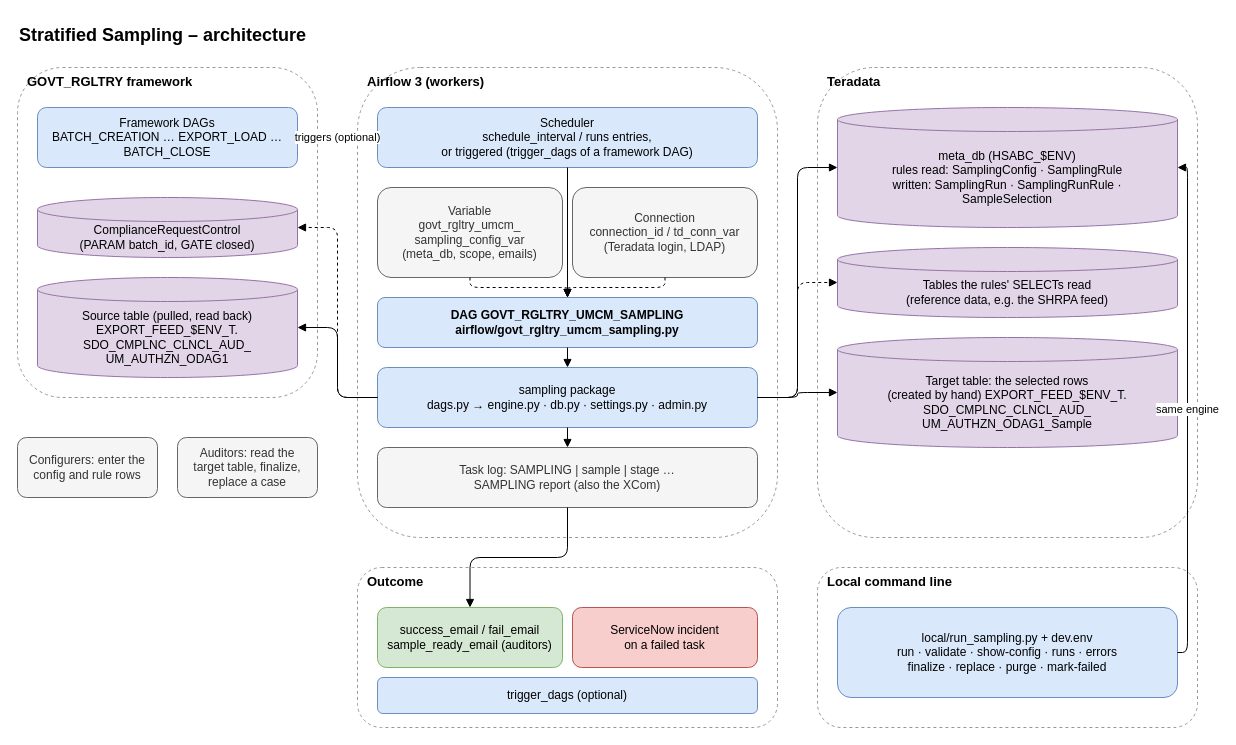
Before: page "1 Architecture" (1 of 8) of airflow_resources/docs/diagrams/sampling.drawio in trinathgundavaram/sampling, a draw.io diagram. Source tidied: cells renumbered, new cells numbered last; positions are measured from the earlier drawing's top-left corner, leaving out a move shared by most shapes. Both pictures are drawn from the tidied source at 100%, with x=0, y=0 at pixel (17, 17).
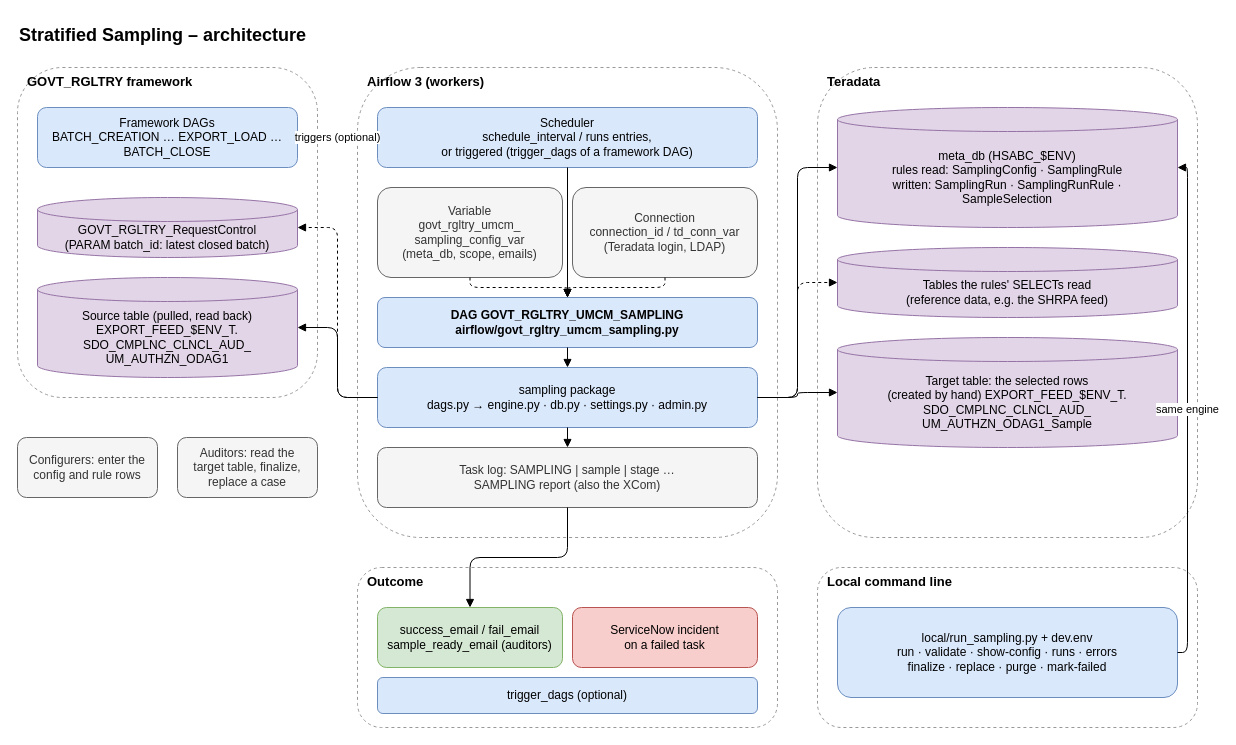
After the change.

Diff of the diagram source:
```diff
@@
-    <mxCell id="5" value="ComplianceRequestControl&lt;br&gt;(PARAM batch_id, GATE closed)" style="shape=cylinder3;whiteSpace=wrap;html=1;boundedLbl=1;backgroundOutline=1;size=12;fillColor=#e1d5e7;strokeColor=#9673a6;" parent="1" vertex="1">
+    <mxCell id="5" value="GOVT_RGLTRY_RequestControl&lt;br&gt;(PARAM batch_id: latest closed batch)" style="shape=cylinder3;whiteSpace=wrap;html=1;boundedLbl=1;backgroundOutline=1;size=12;fillColor=#e1d5e7;strokeColor=#9673a6;" parent="1" vertex="1">
       <mxGeometry x="20" y="180" width="260" height="60" as="geometry" />
     </mxCell>
```
